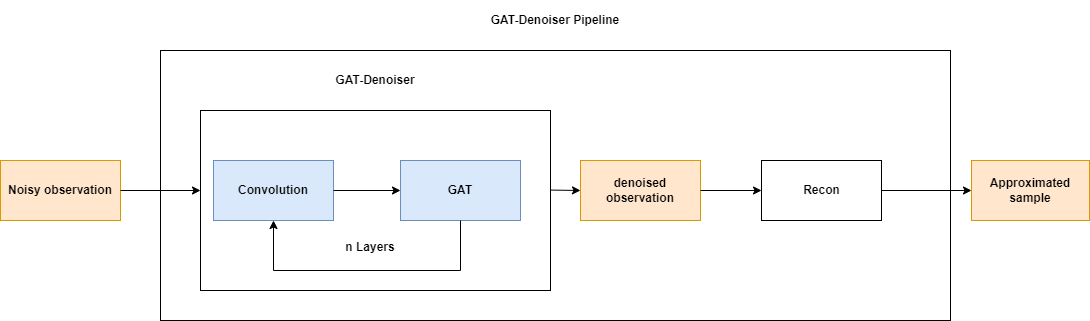
Before: documentation/Thesis/Figures/Overall_GAT-Denoiser_Pipeline.drawio.png, a diagram exported from draw.io (cedricmendelin/master-thesis). Source tidied: cells renumbered, new cells last; positions are measured from the earlier drawing's top-left corner, leaving out a move shared by most shapes.
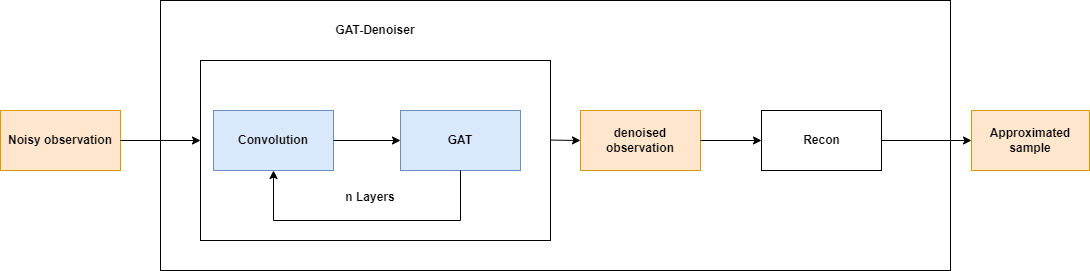
After the commit.

Change to the diagram source:
```diff
@@ -62,8 +62,5 @@
         <mxPoint x="881" y="190" as="sourcePoint" />
       </mxGeometry>
     </mxCell>
-    <mxCell id="19" value="GAT-Denoiser Pipeline" style="text;html=1;strokeColor=none;fillColor=none;align=center;verticalAlign=middle;whiteSpace=wrap;rounded=0;fontStyle=1;" parent="1" vertex="1">
-      <mxGeometry x="455" width="200" height="40" as="geometry" />
-    </mxCell>
   </root>
 </mxGraphModel>
```
